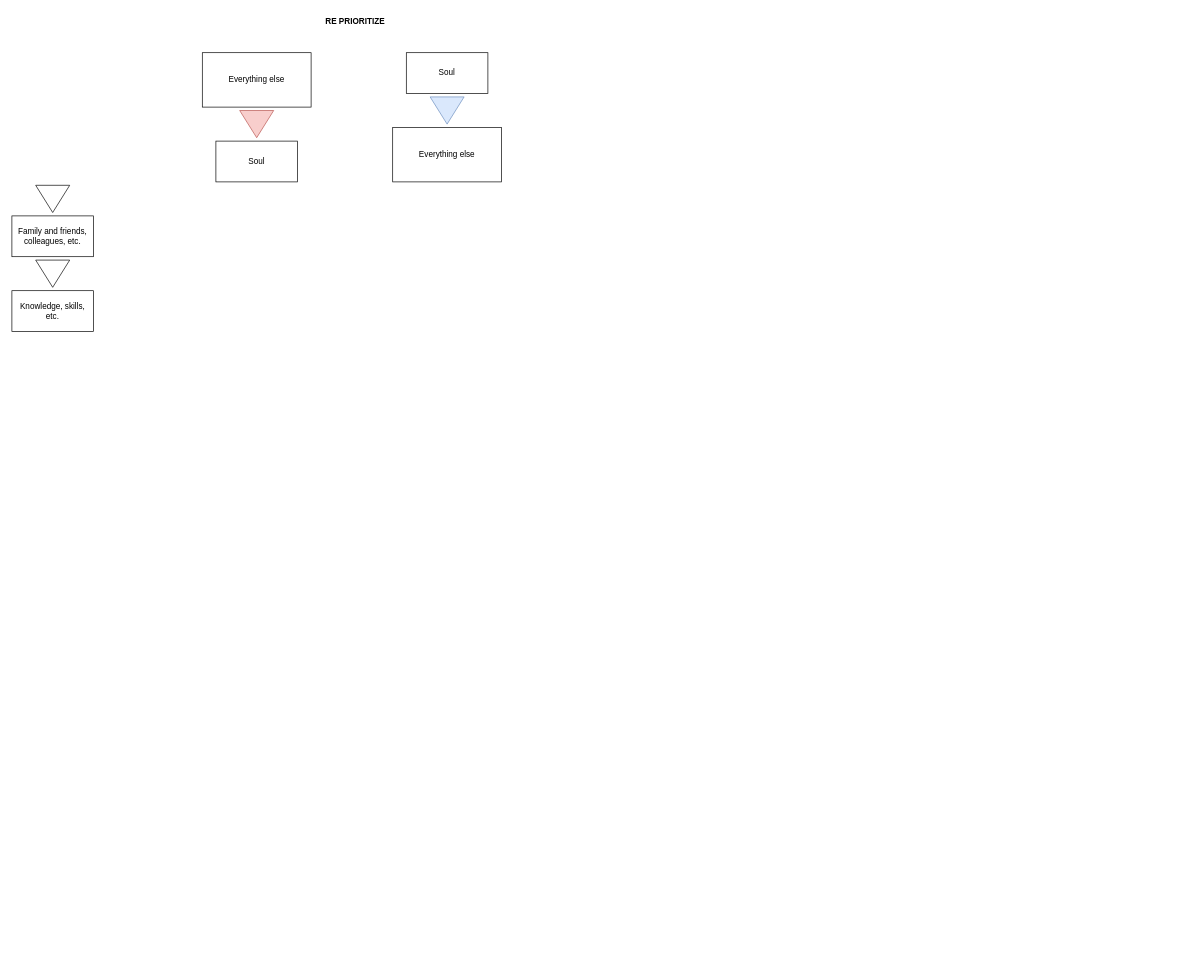
Earlier version of the draw.io diagram page "Page-2" (1 of 3) of adhyatma-upanishad.drawio (appsparkler/draw.io). Source tidied: cells renumbered, new cells numbered last; positions are measured from the earlier drawing's top-left corner, leaving out a move shared by most shapes. Both pictures are drawn from the tidied source at 68%, with x=0, y=0 at pixel (12, 12). Pictures stored in the file or linked from it are replaced by grey dashed boxes.
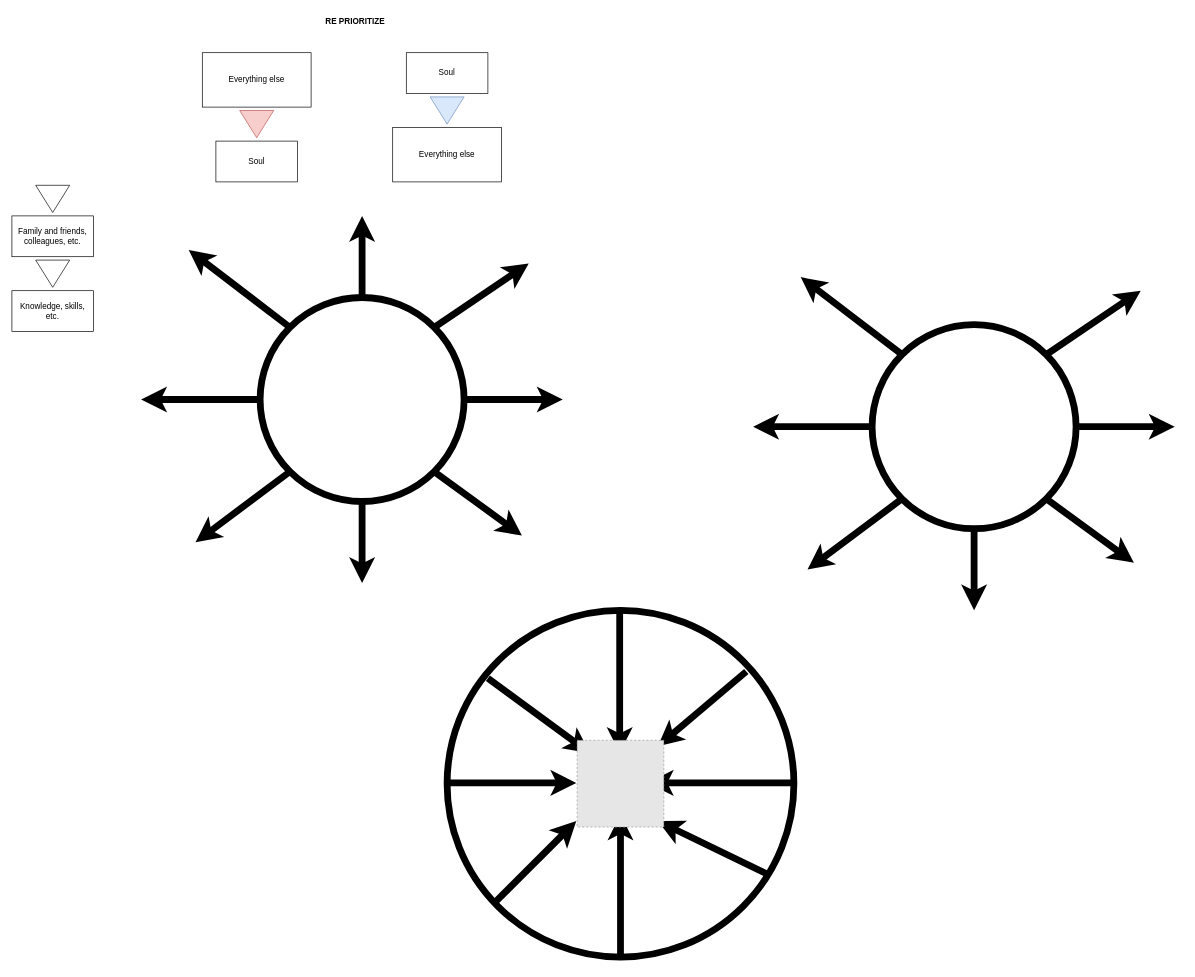
The same diagram, later.

What changed in the source:
```diff
@@
+    <mxCell id="13" style="ellipse;whiteSpace=wrap;html=1;shapeInside=1;fillColor=none;strokeWidth=10;" parent="1" vertex="1">
+      <mxGeometry x="640" y="880" width="510" height="510" as="geometry" />
+    </mxCell>
@@
+    <mxCell id="14" style="ellipse;whiteSpace=wrap;html=1;shapeInside=1;strokeWidth=10;" parent="1" vertex="1">
+      <mxGeometry x="365" y="420" width="300" height="300" as="geometry" />
+    </mxCell>
+    <mxCell id="15" style="edgeStyle=none;jettySize=auto;html=1;rounded=0;exitX=0.5;exitY=0;exitDx=0;exitDy=0;strokeWidth=10;" parent="1" edge="1" source="14">
+      <mxGeometry relative="1" as="geometry">
+        <mxPoint x="515" y="300" as="targetPoint" />
+      </mxGeometry>
+    </mxCell>
+    <mxCell id="16" style="edgeStyle=none;jettySize=auto;html=1;rounded=0;exitX=1;exitY=0.5;exitDx=0;exitDy=0;strokeWidth=10;" parent="1" edge="1" source="14">
+      <mxGeometry relative="1" as="geometry">
+        <mxPoint x="810" y="570" as="targetPoint" />
+      </mxGeometry>
+    </mxCell>
+    <mxCell id="17" style="edgeStyle=none;jettySize=auto;html=1;rounded=0;exitX=0.5;exitY=1;exitDx=0;exitDy=0;strokeWidth=10;" parent="1" edge="1" source="14">
+      <mxGeometry relative="1" as="geometry">
+        <mxPoint x="515" y="840" as="targetPoint" />
+      </mxGeometry>
+    </mxCell>
+    <mxCell id="18" style="edgeStyle=none;jettySize=auto;html=1;rounded=0;exitX=0;exitY=0.5;exitDx=0;exitDy=0;strokeWidth=10;" parent="1" edge="1" source="14">
+      <mxGeometry relative="1" as="geometry">
+        <mxPoint x="190" y="570" as="targetPoint" />
+      </mxGeometry>
+    </mxCell>
+    <mxCell id="19" style="edgeStyle=none;jettySize=auto;html=1;rounded=0;exitX=1;exitY=0;exitDx=0;exitDy=0;strokeWidth=10;" parent="1" edge="1" source="14">
+      <mxGeometry relative="1" as="geometry">
+        <mxPoint x="760" y="370" as="targetPoint" />
+      </mxGeometry>
+    </mxCell>
+    <mxCell id="20" style="edgeStyle=none;jettySize=auto;html=1;rounded=0;exitX=1;exitY=1;exitDx=0;exitDy=0;strokeWidth=10;" parent="1" edge="1" source="14">
+      <mxGeometry relative="1" as="geometry">
+        <mxPoint x="750" y="770" as="targetPoint" />
+      </mxGeometry>
+    </mxCell>
+    <mxCell id="21" style="edgeStyle=none;jettySize=auto;html=1;rounded=0;exitX=0;exitY=1;exitDx=0;exitDy=0;strokeWidth=10;" parent="1" edge="1" source="14">
+      <mxGeometry relative="1" as="geometry">
+        <mxPoint x="270" y="780" as="targetPoint" />
+      </mxGeometry>
+    </mxCell>
+    <mxCell id="22" style="edgeStyle=none;jettySize=auto;html=1;rounded=0;exitX=0;exitY=0;exitDx=0;exitDy=0;strokeWidth=10;" parent="1" edge="1" source="14">
+      <mxGeometry relative="1" as="geometry">
+        <mxPoint x="260" y="350" as="targetPoint" />
+      </mxGeometry>
+    </mxCell>
+    <mxCell id="23" style="ellipse;whiteSpace=wrap;html=1;shapeInside=1;strokeWidth=10;fillColor=none;" parent="1" vertex="1">
+      <mxGeometry x="1265" y="460" width="300" height="300" as="geometry" />
+    </mxCell>
+    <mxCell id="24" style="edgeStyle=none;orthogonalLoop=1;jettySize=auto;html=1;rounded=0;strokeWidth=10;" parent="1" edge="1">
+      <mxGeometry relative="1" as="geometry">
+        <mxPoint x="893.8" y="880" as="sourcePoint" />
+        <mxPoint x="893.8" y="1090" as="targetPoint" />
+      </mxGeometry>
+    </mxCell>
+    <mxCell id="25" style="edgeStyle=none;jettySize=auto;html=1;rounded=0;exitX=1;exitY=0.5;exitDx=0;exitDy=0;strokeWidth=10;" parent="1" edge="1" source="23">
+      <mxGeometry relative="1" as="geometry">
+        <mxPoint x="1710" y="610" as="targetPoint" />
+      </mxGeometry>
+    </mxCell>
+    <mxCell id="26" style="edgeStyle=none;jettySize=auto;html=1;rounded=0;exitX=0.5;exitY=1;exitDx=0;exitDy=0;strokeWidth=10;" parent="1" edge="1" source="23">
+      <mxGeometry relative="1" as="geometry">
+        <mxPoint x="1415" y="880" as="targetPoint" />
+      </mxGeometry>
+    </mxCell>
+    <mxCell id="27" style="edgeStyle=none;jettySize=auto;html=1;rounded=0;exitX=0;exitY=0.5;exitDx=0;exitDy=0;strokeWidth=10;" parent="1" edge="1" source="23">
+      <mxGeometry relative="1" as="geometry">
+        <mxPoint x="1090" y="610" as="targetPoint" />
+      </mxGeometry>
+    </mxCell>
+    <mxCell id="28" style="edgeStyle=none;jettySize=auto;html=1;rounded=0;exitX=1;exitY=0;exitDx=0;exitDy=0;strokeWidth=10;" parent="1" edge="1" source="23">
+      <mxGeometry relative="1" as="geometry">
+        <mxPoint x="1660" y="410" as="targetPoint" />
+      </mxGeometry>
+    </mxCell>
+    <mxCell id="29" style="edgeStyle=none;jettySize=auto;html=1;rounded=0;exitX=1;exitY=1;exitDx=0;exitDy=0;strokeWidth=10;" parent="1" edge="1" source="23">
+      <mxGeometry relative="1" as="geometry">
+        <mxPoint x="1650" y="810" as="targetPoint" />
+      </mxGeometry>
+    </mxCell>
+    <mxCell id="30" style="edgeStyle=none;jettySize=auto;html=1;rounded=0;exitX=0;exitY=1;exitDx=0;exitDy=0;strokeWidth=10;" parent="1" edge="1" source="23">
+      <mxGeometry relative="1" as="geometry">
+        <mxPoint x="1170" y="820" as="targetPoint" />
+      </mxGeometry>
+    </mxCell>
+    <mxCell id="31" style="edgeStyle=none;jettySize=auto;html=1;rounded=0;exitX=0;exitY=0;exitDx=0;exitDy=0;strokeWidth=10;" parent="1" edge="1" source="23">
+      <mxGeometry relative="1" as="geometry">
+        <mxPoint x="1160" y="390" as="targetPoint" />
+      </mxGeometry>
+    </mxCell>
+    <mxCell id="32" style="edgeStyle=none;jettySize=auto;html=1;rounded=0;strokeWidth=10;exitX=0.5;exitY=1;exitDx=0;exitDy=0;" parent="1" edge="1" source="13">
+      <mxGeometry relative="1" as="geometry">
+        <mxPoint x="895" y="1180" as="targetPoint" />
+      </mxGeometry>
+    </mxCell>
+    <mxCell id="33" style="edgeStyle=none;orthogonalLoop=1;jettySize=auto;html=1;rounded=0;strokeWidth=10;" parent="1" edge="1">
+      <mxGeometry relative="1" as="geometry">
+        <mxPoint x="1150" y="1133.8" as="sourcePoint" />
+        <mxPoint x="935" y="1133.8" as="targetPoint" />
+      </mxGeometry>
+    </mxCell>
+    <mxCell id="34" style="edgeStyle=none;orthogonalLoop=1;jettySize=auto;html=1;rounded=0;strokeWidth=10;" parent="1" edge="1">
+      <mxGeometry relative="1" as="geometry">
+        <mxPoint x="640" y="1133.8" as="sourcePoint" />
+        <mxPoint x="830" y="1133.8" as="targetPoint" />
+      </mxGeometry>
+    </mxCell>
+    <mxCell id="35" style="edgeStyle=none;orthogonalLoop=1;jettySize=auto;html=1;rounded=0;strokeWidth=10;" parent="1" edge="1">
+      <mxGeometry relative="1" as="geometry">
+        <mxPoint x="1115" y="1270" as="sourcePoint" />
+        <mxPoint x="950" y="1190" as="targetPoint" />
+      </mxGeometry>
+    </mxCell>
+    <mxCell id="36" style="edgeStyle=none;orthogonalLoop=1;jettySize=auto;html=1;rounded=0;strokeWidth=10;" parent="1" edge="1">
+      <mxGeometry relative="1" as="geometry">
+        <mxPoint x="700" y="980" as="sourcePoint" />
+        <mxPoint x="850" y="1090" as="targetPoint" />
+      </mxGeometry>
+    </mxCell>
+    <mxCell id="37" style="edgeStyle=none;orthogonalLoop=1;jettySize=auto;html=1;rounded=0;strokeWidth=10;" parent="1" edge="1">
+      <mxGeometry relative="1" as="geometry">
+        <mxPoint x="1080" y="970" as="sourcePoint" />
+        <mxPoint x="950" y="1080" as="targetPoint" />
+      </mxGeometry>
+    </mxCell>
+    <mxCell id="38" style="edgeStyle=none;orthogonalLoop=1;jettySize=auto;html=1;rounded=0;strokeWidth=10;" parent="1" edge="1">
+      <mxGeometry relative="1" as="geometry">
+        <mxPoint x="710" y="1310" as="sourcePoint" />
+        <mxPoint x="830" y="1190" as="targetPoint" />
+      </mxGeometry>
+    </mxCell>
+    <mxCell id="39" style="fillColor=#E6E6E6;strokeColor=#999999;dashed=1;html=1;verticalAlign=top;verticalLabelPosition=bottom;labelBackgroundColor=#ffffff;" parent="1" vertex="1">
+      <mxGeometry x="831.2" y="1071.2" width="127.5" height="127.5" as="geometry" />
+    </mxCell>
```
